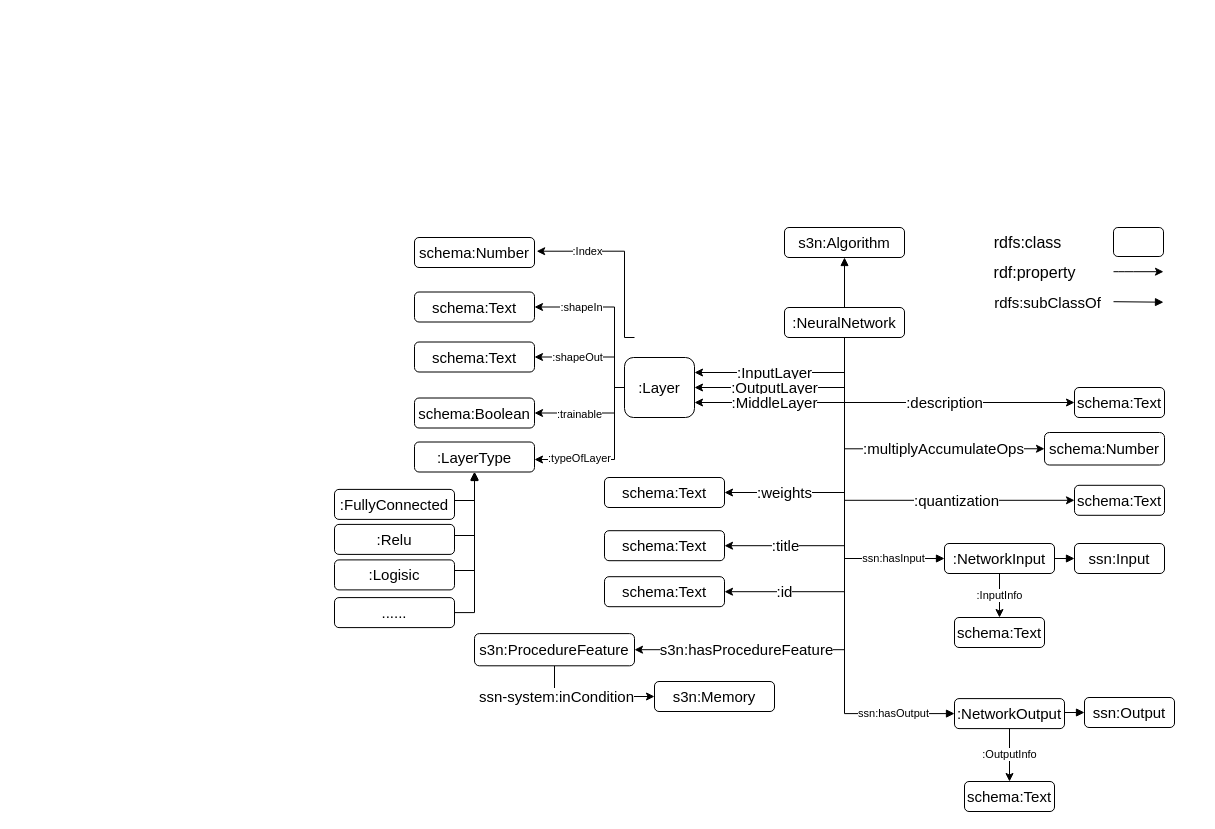
This is NN_tinyML.drawio from Haoyu-R/appendix, a draw.io file, before an edit. Source tidied: cells renumbered, new cells numbered last; positions are measured from the earlier drawing's top-left corner, leaving out a move shared by most shapes. Both pictures are drawn from the tidied source at 100%, with x=0, y=0 at pixel (334, 227).
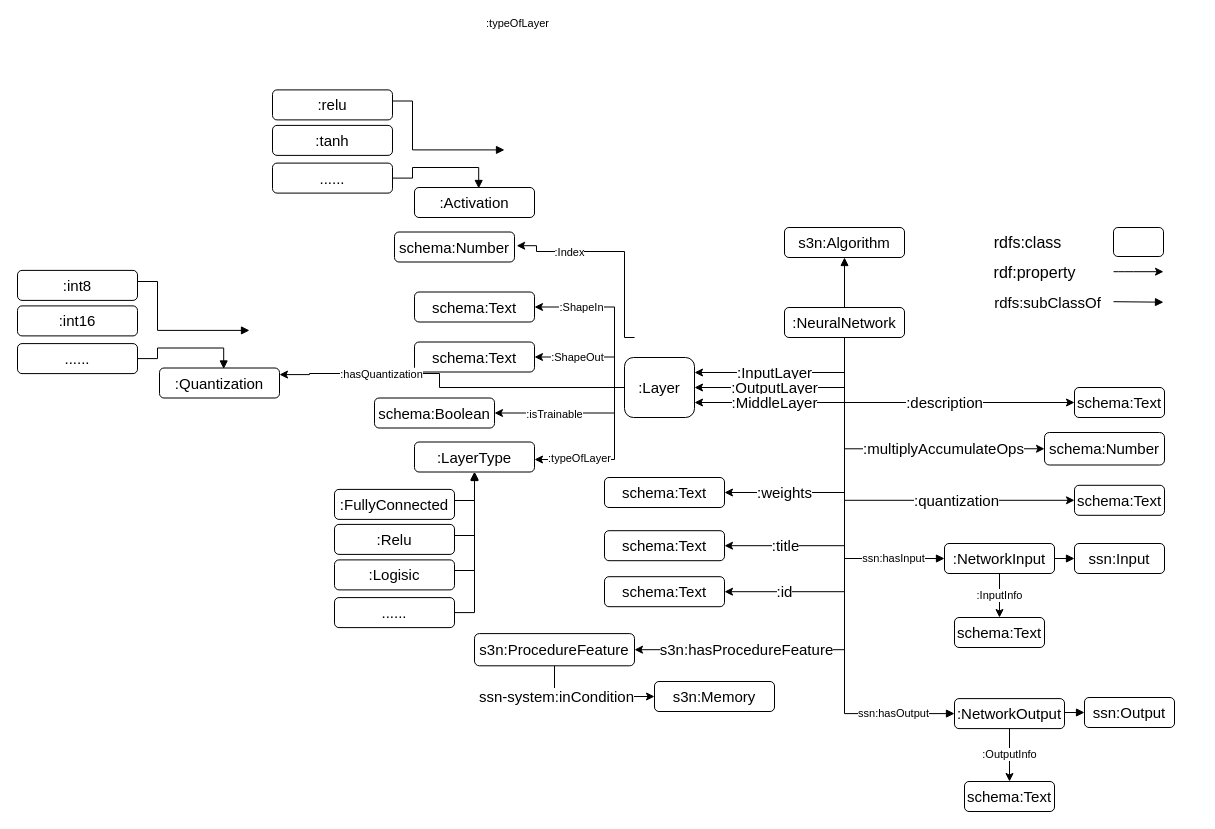
The same diagram, later.

Unchanged cells that the change refers to:
```xml
<mxCell id="40" style="edgeStyle=orthogonalEdgeStyle;rounded=0;jettySize=auto;html=1;exitX=0;exitY=0.5;exitDx=0;exitDy=0;entryX=1;entryY=0.5;entryDx=0;entryDy=0;" parent="1" edge="1" target="48">
  <mxGeometry relative="1" as="geometry">
    <mxPoint x="290" y="160" as="sourcePoint" />
    <Array as="points">
      <mxPoint x="280" y="159.5" />
      <mxPoint x="280" y="79.5" />
    </Array>
  </mxGeometry>
</mxCell>
<mxCell id="42" style="edgeStyle=orthogonalEdgeStyle;rounded=0;jettySize=auto;html=1;exitX=0;exitY=0.5;exitDx=0;exitDy=0;entryX=1;entryY=0.5;entryDx=0;entryDy=0;" parent="1" edge="1" target="49">
  <mxGeometry x="0.54" relative="1" as="geometry">
    <mxPoint x="290" y="160" as="sourcePoint" />
    <Array as="points">
      <mxPoint x="280" y="159.5" />
      <mxPoint x="280" y="129.5" />
    </Array>
  </mxGeometry>
</mxCell>
<mxCell id="44" style="edgeStyle=orthogonalEdgeStyle;rounded=0;jettySize=auto;html=1;exitX=0;exitY=0.5;exitDx=0;exitDy=0;entryX=1;entryY=0.5;entryDx=0;entryDy=0;" parent="1" edge="1" target="50">
  <mxGeometry relative="1" as="geometry">
    <mxPoint x="290" y="160" as="sourcePoint" />
    <Array as="points">
      <mxPoint x="280" y="159.5" />
      <mxPoint x="280" y="185.5" />
    </Array>
  </mxGeometry>
</mxCell>
```

The edit, as a diff of the source:
```diff
@@
-    <mxCell id="41" value=":shapeIn" style="edgeLabel;html=1;align=center;verticalAlign=middle;" parent="40" vertex="1">
+    <mxCell id="41" value=":ShapeIn" style="edgeLabel;html=1;align=center;verticalAlign=middle;" parent="40" vertex="1">
       <mxGeometry x="0.41" relative="1" as="geometry">
         <mxPoint x="-4" as="offset" />
       </mxGeometry>
     </mxCell>
@@
-    <mxCell id="43" value=":shapeOut" style="edgeLabel;html=1;align=center;verticalAlign=middle;" parent="42" vertex="1">
+    <mxCell id="43" value=":ShapeOut" style="edgeLabel;html=1;align=center;verticalAlign=middle;" parent="42" vertex="1">
       <mxGeometry x="0.29" relative="1" as="geometry" />
     </mxCell>
@@
-    <mxCell id="45" value=":trainable" style="edgeLabel;html=1;align=center;verticalAlign=middle;" parent="44" vertex="1">
+    <mxCell id="45" value=":isTrainable" style="edgeLabel;html=1;align=center;verticalAlign=middle;" parent="44" vertex="1">
       <mxGeometry x="0.23" y="1" relative="1" as="geometry" />
     </mxCell>
@@
     <mxCell id="50" value="schema:Boolean" style="rounded=1;whiteSpace=wrap;html=1;fontSize=15;" parent="1" vertex="1">
-      <mxGeometry x="80" y="170.5" width="120" height="30" as="geometry" />
+      <mxGeometry x="40" y="170.5" width="120" height="30" as="geometry" />
     </mxCell>
@@
     <mxCell id="64" value="schema:Number" style="rounded=1;whiteSpace=wrap;html=1;fontSize=15;" parent="1" vertex="1">
-      <mxGeometry x="80" y="10" width="120" height="30" as="geometry" />
+      <mxGeometry x="60" y="4.5" width="120" height="30" as="geometry" />
     </mxCell>
@@
+    <mxCell id="67" value=":typeOfLayer" style="edgeLabel;html=1;align=center;verticalAlign=middle;" parent="1" vertex="1">
+      <mxGeometry x="182" y="-204.5" as="geometry" />
+    </mxCell>
+    <mxCell id="68" style="edgeStyle=orthogonalEdgeStyle;rounded=0;jettySize=auto;html=1;exitX=1;exitY=0.5;exitDx=0;exitDy=0;endArrow=block;endFill=1;entryX=0.5;entryY=1;entryDx=0;entryDy=0;" parent="1" edge="1" source="69">
+      <mxGeometry relative="1" as="geometry">
+        <mxPoint x="170" y="-77.6" as="targetPoint" />
+        <Array as="points">
+          <mxPoint x="78" y="-126.5" />
+        </Array>
+      </mxGeometry>
+    </mxCell>
+    <mxCell id="69" value=":relu" style="rounded=1;whiteSpace=wrap;html=1;fontSize=15;" parent="1" vertex="1">
+      <mxGeometry x="-62" y="-137.6" width="120" height="30" as="geometry" />
+    </mxCell>
+    <mxCell id="70" value=":tanh" style="rounded=1;whiteSpace=wrap;html=1;fontSize=15;" parent="1" vertex="1">
+      <mxGeometry x="-62" y="-102.1" width="120" height="30" as="geometry" />
+    </mxCell>
+    <mxCell id="71" style="edgeStyle=orthogonalEdgeStyle;rounded=0;jettySize=auto;html=1;exitX=1;exitY=0.5;exitDx=0;exitDy=0;endArrow=block;endFill=1;entryX=0.535;entryY=0.033;entryDx=0;entryDy=0;entryPerimeter=0;" parent="1" edge="1" source="72" target="73">
+      <mxGeometry relative="1" as="geometry" />
+    </mxCell>
+    <mxCell id="72" value="......" style="rounded=1;whiteSpace=wrap;html=1;fontSize=15;" parent="1" vertex="1">
+      <mxGeometry x="-62" y="-64.4" width="120" height="30" as="geometry" />
+    </mxCell>
+    <mxCell id="73" value="&lt;div&gt;:Activation&lt;/div&gt;" style="rounded=1;whiteSpace=wrap;html=1;fontSize=15;" parent="1" vertex="1">
+      <mxGeometry x="80" y="-40" width="120" height="30" as="geometry" />
+    </mxCell>
+    <mxCell id="74" style="edgeStyle=orthogonalEdgeStyle;rounded=0;orthogonalLoop=1;jettySize=auto;html=1;entryX=1;entryY=0.5;entryDx=0;entryDy=0;" parent="1" edge="1">
+      <mxGeometry relative="1" as="geometry">
+        <mxPoint x="290" y="160" as="sourcePoint" />
+        <mxPoint x="-55" y="147.1" as="targetPoint" />
+        <Array as="points">
+          <mxPoint x="105" y="160" />
+          <mxPoint x="105" y="146" />
+          <mxPoint x="-25" y="146" />
+          <mxPoint x="-25" y="147" />
+        </Array>
+      </mxGeometry>
+    </mxCell>
+    <mxCell id="75" value=":hasQuantization" style="edgeLabel;html=1;align=center;verticalAlign=middle;" parent="74" vertex="1">
+      <mxGeometry x="0.41" relative="1" as="geometry">
+        <mxPoint x="-4" as="offset" />
+      </mxGeometry>
+    </mxCell>
+    <mxCell id="76" style="edgeStyle=orthogonalEdgeStyle;rounded=0;jettySize=auto;html=1;exitX=1;exitY=0.5;exitDx=0;exitDy=0;endArrow=block;endFill=1;entryX=0.5;entryY=1;entryDx=0;entryDy=0;" parent="1" edge="1" source="77">
+      <mxGeometry relative="1" as="geometry">
+        <mxPoint x="-85" y="102.9" as="targetPoint" />
+        <Array as="points">
+          <mxPoint x="-177" y="54" />
+        </Array>
+      </mxGeometry>
+    </mxCell>
+    <mxCell id="77" value=":int8" style="rounded=1;whiteSpace=wrap;html=1;fontSize=15;" parent="1" vertex="1">
+      <mxGeometry x="-317" y="42.9" width="120" height="30" as="geometry" />
+    </mxCell>
+    <mxCell id="78" value=":int16" style="rounded=1;whiteSpace=wrap;html=1;fontSize=15;" parent="1" vertex="1">
+      <mxGeometry x="-317" y="78.4" width="120" height="30" as="geometry" />
+    </mxCell>
+    <mxCell id="79" style="edgeStyle=orthogonalEdgeStyle;rounded=0;jettySize=auto;html=1;exitX=1;exitY=0.5;exitDx=0;exitDy=0;endArrow=block;endFill=1;entryX=0.535;entryY=0.033;entryDx=0;entryDy=0;entryPerimeter=0;" parent="1" edge="1" source="80" target="81">
+      <mxGeometry relative="1" as="geometry" />
+    </mxCell>
+    <mxCell id="80" value="......" style="rounded=1;whiteSpace=wrap;html=1;fontSize=15;" parent="1" vertex="1">
+      <mxGeometry x="-317" y="116.1" width="120" height="30" as="geometry" />
+    </mxCell>
+    <mxCell id="81" value="&lt;div&gt;:Quantization&lt;/div&gt;" style="rounded=1;whiteSpace=wrap;html=1;fontSize=15;" parent="1" vertex="1">
+      <mxGeometry x="-175" y="140.5" width="120" height="30" as="geometry" />
+    </mxCell>
```
